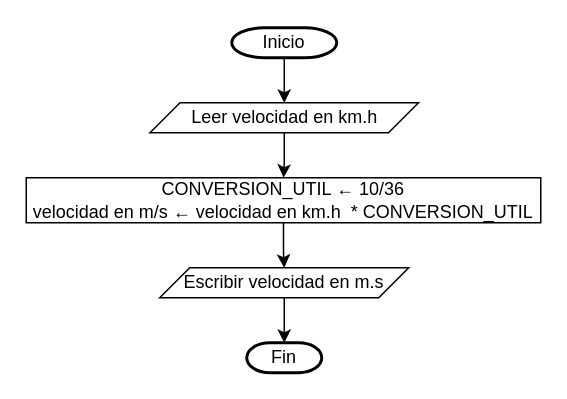
ShanderGonzalez/Diagrama-de-flujo keeps this draw.io diagram as Untitled Diagram.drawio. Above is the earlier version. Source tidied: cells renumbered, new cells numbered last; positions are measured from the earlier drawing's top-left corner, leaving out a move shared by most shapes. Both pictures are drawn from the tidied source at 150%, with x=0, y=0 at pixel (26, 27).
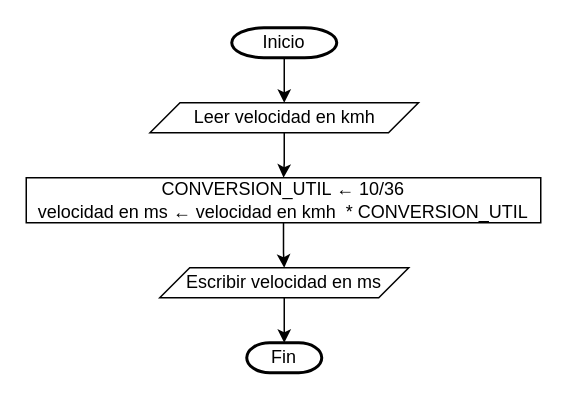
The same page after the edit.

Commit message:
otra correccion

The edit, as a diff of the source:
```diff
@@
 <mxGraphModel>
   <root>
     <mxCell id="0" />
     <mxCell id="1" parent="0" />
     <mxCell id="2" style="edgeStyle=orthogonalEdgeStyle;rounded=0;jettySize=auto;html=1;" parent="1" edge="1" source="3" target="5">
       <mxGeometry relative="1" as="geometry" />
     </mxCell>
     <mxCell id="3" value="Inicio" style="strokeWidth=2;html=1;shape=mxgraph.flowchart.terminator;whiteSpace=wrap;" parent="1" vertex="1">
       <mxGeometry x="137" width="70" height="20" as="geometry" />
     </mxCell>
     <mxCell id="4" style="edgeStyle=orthogonalEdgeStyle;rounded=0;jettySize=auto;html=1;" parent="1" edge="1" source="5" target="7">
       <mxGeometry relative="1" as="geometry" />
     </mxCell>
-    <mxCell id="5" value="Leer velocidad en km.h" style="shape=parallelogram;perimeter=parallelogramPerimeter;whiteSpace=wrap;html=1;fixedSize=1;" parent="1" vertex="1">
+    <mxCell id="5" value="Leer velocidad en kmh" style="shape=parallelogram;perimeter=parallelogramPerimeter;whiteSpace=wrap;html=1;fixedSize=1;" parent="1" vertex="1">
       <mxGeometry x="82.5" y="50" width="179" height="20" as="geometry" />
     </mxCell>
     <mxCell id="6" style="edgeStyle=orthogonalEdgeStyle;rounded=0;jettySize=auto;html=1;" parent="1" edge="1" source="7" target="9">
       <mxGeometry relative="1" as="geometry" />
     </mxCell>
-    <mxCell id="7" value="CONVERSION_UTIL ← 10/36&lt;br&gt;velocidad en m/s ← velocidad en km.h&amp;nbsp; * CONVERSION_UTIL" style="rounded=0;whiteSpace=wrap;html=1;" parent="1" vertex="1">
+    <mxCell id="7" value="CONVERSION_UTIL ← 10/36&lt;br&gt;velocidad en ms ← velocidad en kmh&amp;nbsp; * CONVERSION_UTIL" style="rounded=0;whiteSpace=wrap;html=1;" parent="1" vertex="1">
       <mxGeometry y="100" width="343" height="30" as="geometry" />
     </mxCell>
     <mxCell id="8" style="edgeStyle=orthogonalEdgeStyle;rounded=0;jettySize=auto;html=1;" parent="1" edge="1" source="9" target="10">
       <mxGeometry relative="1" as="geometry" />
     </mxCell>
-    <mxCell id="9" value="Escribir velocidad en m.s" style="shape=parallelogram;perimeter=parallelogramPerimeter;whiteSpace=wrap;html=1;fixedSize=1;" parent="1" vertex="1">
+    <mxCell id="9" value="Escribir velocidad en ms" style="shape=parallelogram;perimeter=parallelogramPerimeter;whiteSpace=wrap;html=1;fixedSize=1;" parent="1" vertex="1">
       <mxGeometry x="89" y="160" width="166" height="20" as="geometry" />
     </mxCell>
     <mxCell id="10" value="Fin" style="strokeWidth=2;html=1;shape=mxgraph.flowchart.terminator;whiteSpace=wrap;" parent="1" vertex="1">
       <mxGeometry x="147" y="210" width="50" height="20" as="geometry" />
     </mxCell>
   </root>
 </mxGraphModel>
```
